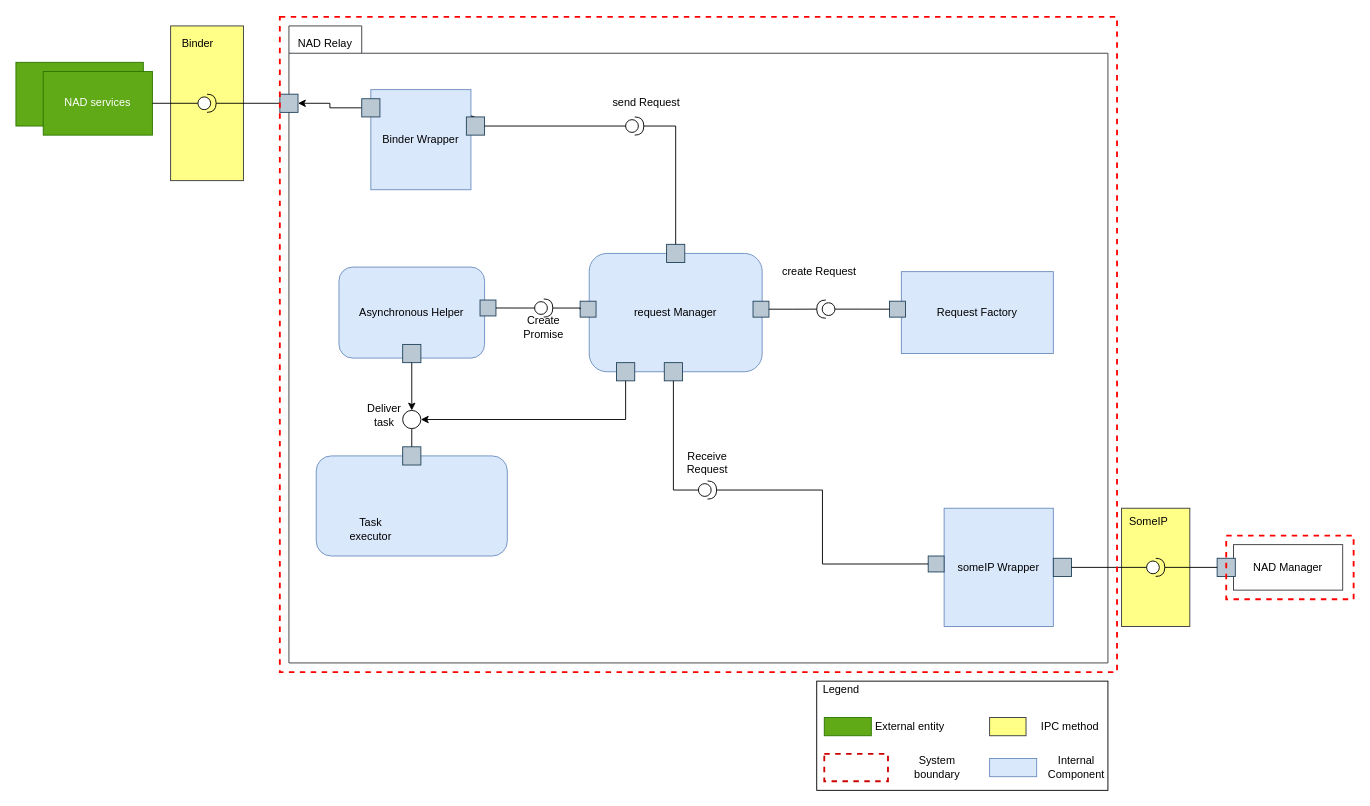
Earlier version of the draw.io diagram page "dynamic_2nd" (6 of 7) of doc/SA cert/Design/nadproxy.drawio (taikt/codefun). Source tidied: cells renumbered, new cells numbered last; positions are measured from the earlier drawing's top-left corner, leaving out a move shared by most shapes. Both pictures are drawn from the tidied source at 91%, with x=0, y=0 at pixel (15, 16).
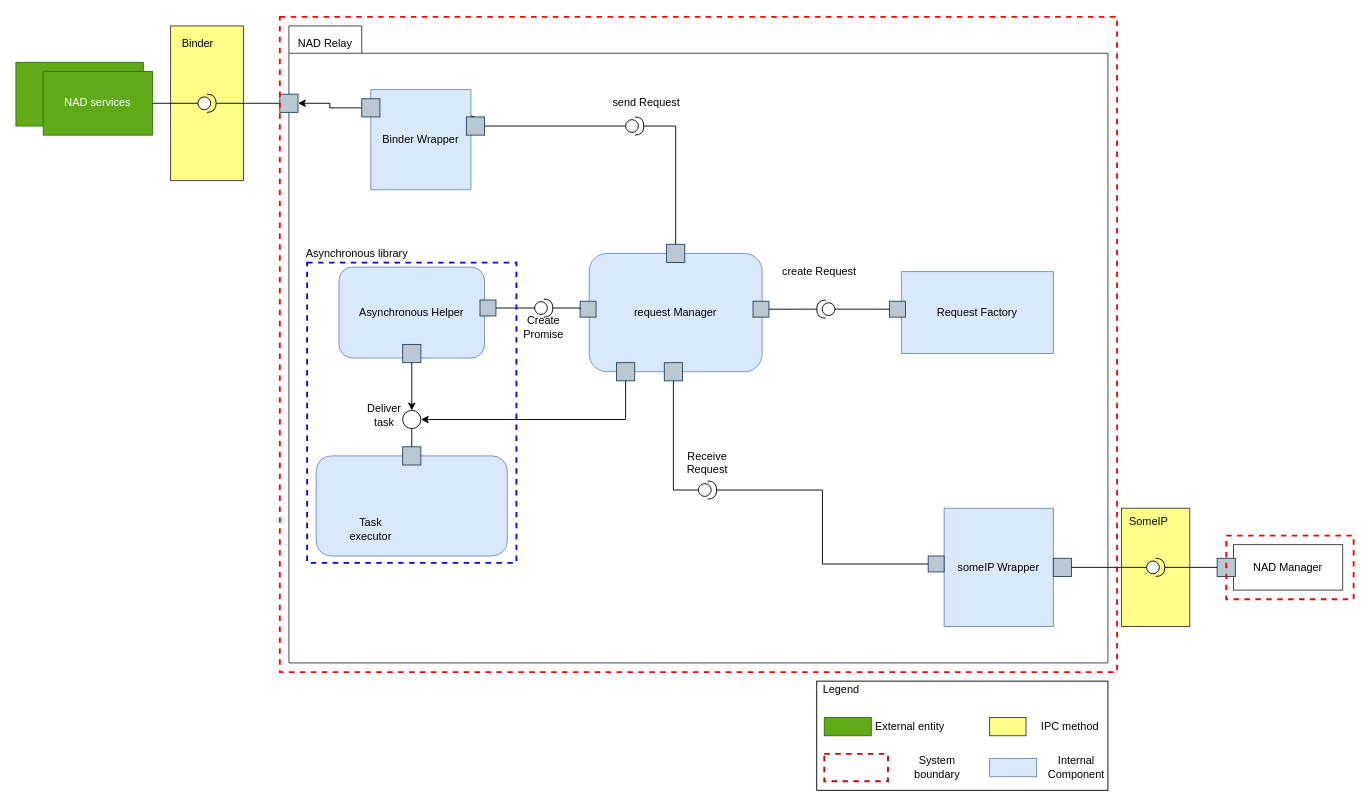
The same diagram, later.

Diff of the diagram source:
```diff
@@
+    <mxCell id="76" style="rounded=0;whiteSpace=wrap;html=1;fillColor=none;dashed=1;strokeWidth=2;strokeColor=#0000FF;" parent="1" vertex="1">
+      <mxGeometry x="320" y="270" width="230" height="330" as="geometry" />
+    </mxCell>
+    <mxCell id="77" value="Asynchronous library" style="text;html=1;strokeColor=none;fillColor=none;align=center;verticalAlign=middle;whiteSpace=wrap;rounded=0;dashed=1;" parent="1" vertex="1">
+      <mxGeometry x="310" y="250" width="130" height="20" as="geometry" />
+    </mxCell>
```
